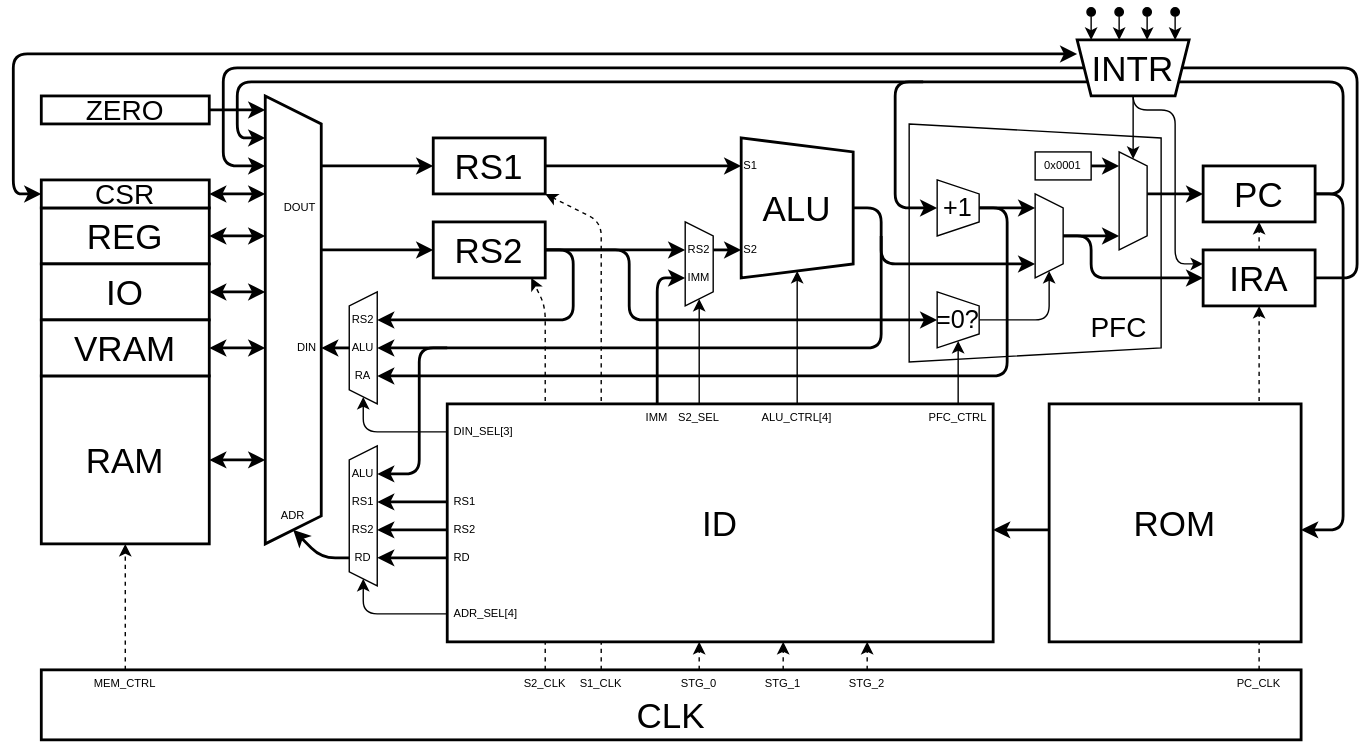
This is Lab/Computer/RK16/01_Architecture/img/arch.dio.svg from amane-uehara/kanade-k-1228.github.io, a draw.io export, as it was before one commit. Source tidied: cells renumbered, new cells last; positions are measured from the earlier drawing's top-left corner, leaving out a move shared by most shapes.
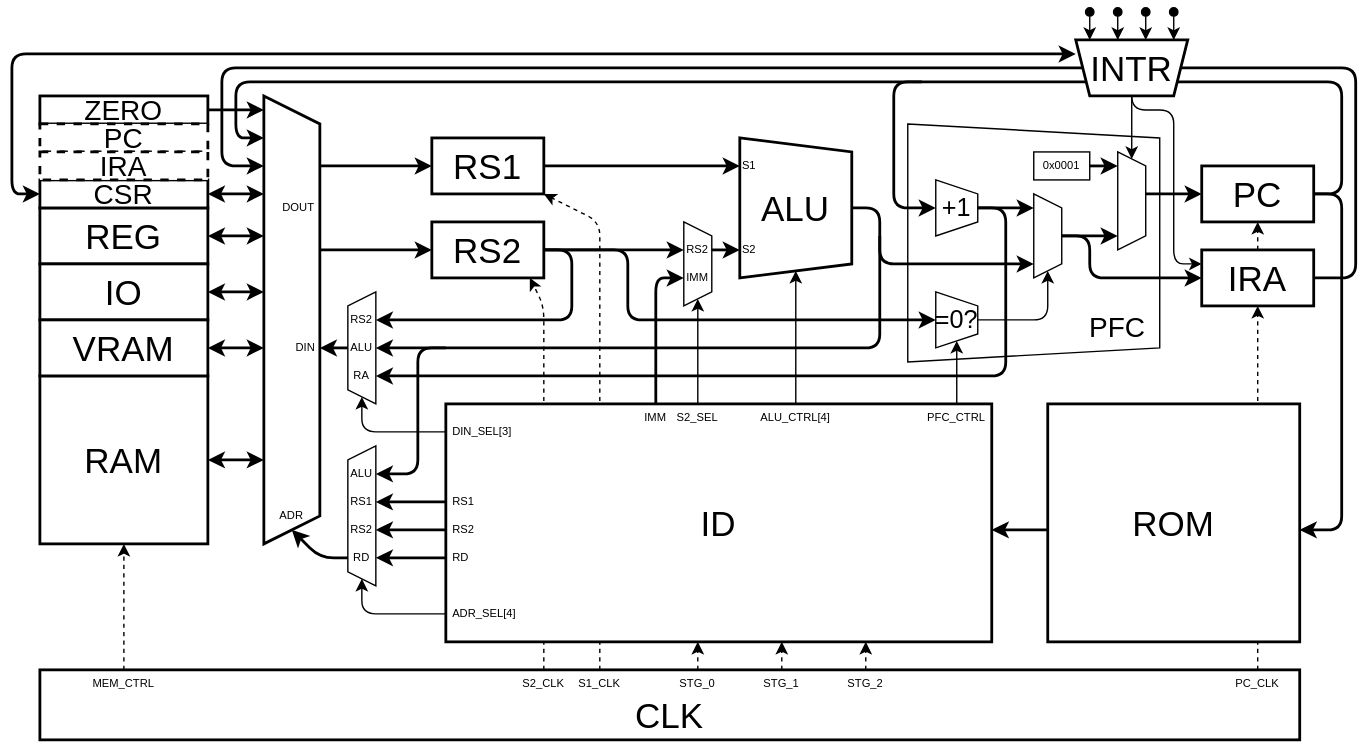
The same file after the commit.

Change to the diagram source:
```diff
@@ -571,5 +571,11 @@
     <mxCell id="111" value="PFC" style="text;html=1;strokeColor=none;fillColor=none;align=center;verticalAlign=middle;whiteSpace=wrap;rounded=0;fontFamily=Helvetica;fontSize=20;" parent="1" vertex="1">
       <mxGeometry x="760" y="210" width="60" height="30" as="geometry" />
     </mxCell>
+    <mxCell id="112" value="PC" style="rounded=0;whiteSpace=wrap;html=1;fontSize=20;strokeWidth=2;fontFamily=Helvetica;dashed=1;" parent="1" vertex="1">
+      <mxGeometry x="20" y="80" width="120" height="20" as="geometry" />
+    </mxCell>
+    <mxCell id="113" value="IRA" style="rounded=0;whiteSpace=wrap;html=1;fontSize=20;strokeWidth=2;fontFamily=Helvetica;dashed=1;" parent="1" vertex="1">
+      <mxGeometry x="20" y="100" width="120" height="20" as="geometry" />
+    </mxCell>
   </root>
 </mxGraphModel>
```
